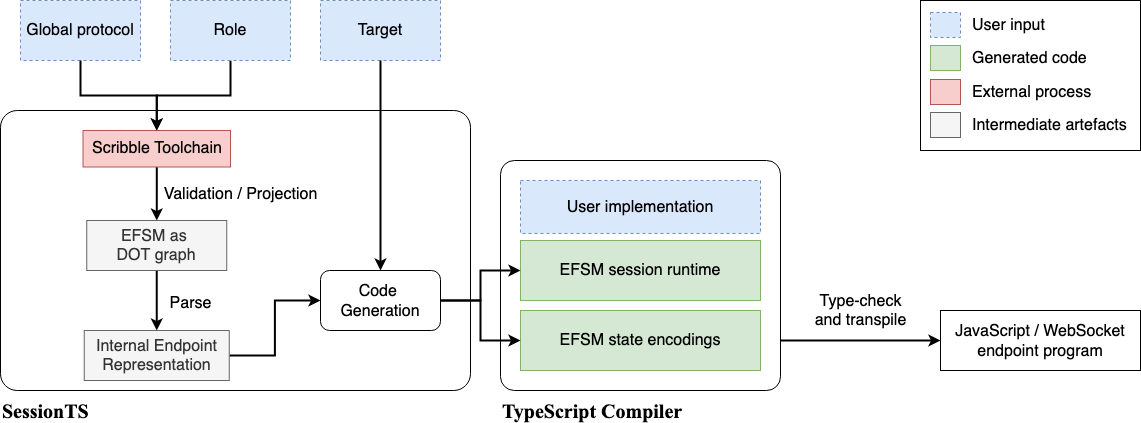
Above: report/figures/DevelopmentWorkflow.png in ansonmiu0214/imperial-meng-computing-thesis (draw.io), before the change. Source tidied: cells renumbered, new cells last; positions are measured from the earlier drawing's top-left corner, leaving out a move shared by most shapes. Its diagram source:
```xml
<mxGraphModel>
  <root>
    <mxCell id="0" />
    <mxCell id="1" parent="0" />
    <mxCell id="2" style="rounded=0;whiteSpace=wrap;html=1;glass=0;comic=0;strokeColor=#000000;fontFamily=Helvetica;fontSize=16;align=left;fontStyle=1;" parent="1" vertex="1">
      <mxGeometry x="920" width="220" height="150" as="geometry" />
    </mxCell>
    <mxCell id="3" value="Type-check&lt;br&gt;and transpile" style="edgeStyle=orthogonalEdgeStyle;rounded=0;jettySize=auto;html=1;entryX=0;entryY=0.5;entryDx=0;entryDy=0;strokeWidth=2;fontFamily=Helvetica;fontSize=16;align=center;" parent="1" edge="1" source="4" target="26">
      <mxGeometry y="30" relative="1" as="geometry">
        <Array as="points">
          <mxPoint x="830" y="340" />
          <mxPoint x="830" y="340" />
        </Array>
      </mxGeometry>
    </mxCell>
    <mxCell id="4" style="rounded=1;whiteSpace=wrap;html=1;glass=0;arcSize=6;" parent="1" vertex="1">
      <mxGeometry x="500" y="160" width="280" height="230" as="geometry" />
    </mxCell>
    <mxCell id="5" value="&lt;font style=&quot;font-size: 16px&quot;&gt;Global protocol&lt;/font&gt;" style="rounded=0;whiteSpace=wrap;html=1;fillColor=#dae8fc;strokeColor=#6c8ebf;dashed=1;" parent="1" vertex="1">
      <mxGeometry x="20" width="120" height="60" as="geometry" />
    </mxCell>
    <mxCell id="6" value="&lt;font style=&quot;font-size: 16px&quot;&gt;Target&lt;br&gt;&lt;/font&gt;" style="rounded=0;whiteSpace=wrap;html=1;fillColor=#dae8fc;strokeColor=#6c8ebf;dashed=1;" parent="1" vertex="1">
      <mxGeometry x="320" width="120" height="60" as="geometry" />
    </mxCell>
    <mxCell id="7" style="rounded=1;whiteSpace=wrap;html=1;glass=0;arcSize=6;" parent="1" vertex="1">
      <mxGeometry y="110" width="470" height="280" as="geometry" />
    </mxCell>
    <mxCell id="8" value="Validation / Projection" style="edgeStyle=orthogonalEdgeStyle;rounded=0;jettySize=auto;html=1;entryX=0.5;entryY=0;entryDx=0;entryDy=0;strokeWidth=2;fontSize=16;align=center;" parent="1" edge="1" source="9" target="11">
      <mxGeometry y="84" relative="1" as="geometry" />
    </mxCell>
    <mxCell id="9" value="Scribble Toolchain" style="rounded=0;whiteSpace=wrap;html=1;glass=0;fillColor=#f8cecc;strokeColor=#b85450;fontSize=16;" parent="1" vertex="1">
      <mxGeometry x="82.5" y="130" width="147.5" height="36.5" as="geometry" />
    </mxCell>
    <mxCell id="10" value="&lt;font style=&quot;font-size: 16px&quot; face=&quot;Helvetica&quot;&gt;Parse&lt;/font&gt;" style="edgeStyle=orthogonalEdgeStyle;rounded=0;jettySize=auto;html=1;exitX=0.5;exitY=1;exitDx=0;exitDy=0;entryX=0.5;entryY=0;entryDx=0;entryDy=0;strokeWidth=2;fontFamily=Times New Roman;fontSize=20;align=center;" parent="1" edge="1" source="11" target="16">
      <mxGeometry y="34" relative="1" as="geometry" />
    </mxCell>
    <mxCell id="11" value="EFSM as &lt;br&gt;DOT graph" style="rounded=0;whiteSpace=wrap;html=1;glass=0;comic=0;fontSize=16;fillColor=#f5f5f5;strokeColor=#666666;fontColor=#333333;" parent="1" vertex="1">
      <mxGeometry x="86.2" y="220" width="140" height="50" as="geometry" />
    </mxCell>
    <mxCell id="12" value="&lt;font style=&quot;font-size: 16px&quot;&gt;User implementation&lt;/font&gt;" style="rounded=0;whiteSpace=wrap;html=1;fillColor=#dae8fc;strokeColor=#6c8ebf;dashed=1;" parent="1" vertex="1">
      <mxGeometry x="520" y="180" width="240" height="53" as="geometry" />
    </mxCell>
    <mxCell id="13" value="&lt;font style=&quot;font-size: 16px&quot;&gt;EFSM state encodings&lt;/font&gt;" style="rounded=0;whiteSpace=wrap;html=1;glass=0;comic=0;fillColor=#d5e8d4;strokeColor=#82b366;" parent="1" vertex="1">
      <mxGeometry x="520" y="310" width="240" height="60" as="geometry" />
    </mxCell>
    <mxCell id="14" value="&lt;font style=&quot;font-size: 16px&quot;&gt;EFSM session runtime&lt;/font&gt;" style="rounded=0;whiteSpace=wrap;html=1;glass=0;comic=0;fillColor=#d5e8d4;strokeColor=#82b366;" parent="1" vertex="1">
      <mxGeometry x="520" y="240" width="240" height="60" as="geometry" />
    </mxCell>
    <mxCell id="15" style="edgeStyle=orthogonalEdgeStyle;rounded=0;jettySize=auto;html=1;entryX=0;entryY=0.5;entryDx=0;entryDy=0;strokeWidth=2;fontFamily=Times New Roman;fontSize=16;align=center;" parent="1" edge="1" source="16" target="24">
      <mxGeometry relative="1" as="geometry" />
    </mxCell>
    <mxCell id="16" value="Internal Endpoint Representation" style="rounded=0;whiteSpace=wrap;html=1;glass=0;comic=0;fontSize=16;fillColor=#f5f5f5;strokeColor=#666666;fontColor=#333333;" parent="1" vertex="1">
      <mxGeometry x="83.8" y="330" width="145" height="50" as="geometry" />
    </mxCell>
    <mxCell id="17" style="edgeStyle=orthogonalEdgeStyle;rounded=0;jettySize=auto;html=1;entryX=0.5;entryY=0;entryDx=0;entryDy=0;strokeWidth=2;fontSize=16;" parent="1" edge="1" source="18" target="9">
      <mxGeometry relative="1" as="geometry" />
    </mxCell>
    <mxCell id="18" value="&lt;font style=&quot;font-size: 16px&quot;&gt;Role&lt;/font&gt;" style="rounded=0;whiteSpace=wrap;html=1;fillColor=#dae8fc;strokeColor=#6c8ebf;dashed=1;" parent="1" vertex="1">
      <mxGeometry x="170" width="120" height="60" as="geometry" />
    </mxCell>
    <mxCell id="19" style="edgeStyle=orthogonalEdgeStyle;rounded=0;jettySize=auto;html=1;strokeWidth=2;fontSize=16;" parent="1" edge="1" source="5" target="9">
      <mxGeometry relative="1" as="geometry" />
    </mxCell>
    <mxCell id="20" value="SessionTS" style="text;html=1;strokeColor=none;fillColor=none;align=left;verticalAlign=middle;whiteSpace=wrap;rounded=0;glass=0;comic=0;fontSize=20;fontFamily=Times New Roman;fontStyle=1;" parent="1" vertex="1">
      <mxGeometry y="400" width="40" height="20" as="geometry" />
    </mxCell>
    <mxCell id="21" value="TypeScript Compiler" style="text;html=1;strokeColor=none;fillColor=none;align=left;verticalAlign=middle;whiteSpace=wrap;rounded=0;glass=0;comic=0;fontSize=20;fontFamily=Times New Roman;fontStyle=1;" parent="1" vertex="1">
      <mxGeometry x="500" y="400" width="200" height="20" as="geometry" />
    </mxCell>
    <mxCell id="22" style="edgeStyle=orthogonalEdgeStyle;rounded=0;jettySize=auto;html=1;strokeWidth=2;fontFamily=Times New Roman;fontSize=16;align=center;" parent="1" edge="1" source="24" target="14">
      <mxGeometry relative="1" as="geometry" />
    </mxCell>
    <mxCell id="23" style="edgeStyle=orthogonalEdgeStyle;rounded=0;jettySize=auto;html=1;entryX=0;entryY=0.5;entryDx=0;entryDy=0;strokeWidth=2;fontFamily=Times New Roman;fontSize=16;align=center;" parent="1" edge="1" source="24" target="13">
      <mxGeometry relative="1" as="geometry" />
    </mxCell>
    <mxCell id="24" value="&lt;font face=&quot;Helvetica&quot;&gt;Code &lt;br&gt;Generation&lt;br&gt;&lt;/font&gt;" style="rounded=1;whiteSpace=wrap;html=1;glass=0;comic=0;strokeColor=#000000;fontFamily=Times New Roman;fontSize=16;align=center;" parent="1" vertex="1">
      <mxGeometry x="320" y="270" width="120" height="60" as="geometry" />
    </mxCell>
    <mxCell id="25" style="edgeStyle=orthogonalEdgeStyle;rounded=0;jettySize=auto;html=1;entryX=0.5;entryY=0;entryDx=0;entryDy=0;strokeWidth=2;fontFamily=Times New Roman;fontSize=16;align=center;" parent="1" edge="1" source="6" target="24">
      <mxGeometry relative="1" as="geometry" />
    </mxCell>
    <mxCell id="26" value="&lt;font face=&quot;Helvetica&quot;&gt;JavaScript / WebSocket endpoint program&lt;/font&gt;" style="rounded=0;whiteSpace=wrap;html=1;glass=0;comic=0;strokeColor=#000000;fontFamily=Times New Roman;fontSize=16;align=center;" parent="1" vertex="1">
      <mxGeometry x="940" y="310" width="200" height="60" as="geometry" />
    </mxCell>
    <mxCell id="27" style="rounded=0;whiteSpace=wrap;html=1;fillColor=#dae8fc;strokeColor=#6c8ebf;dashed=1;" parent="1" vertex="1">
      <mxGeometry x="930" y="12" width="30" height="25" as="geometry" />
    </mxCell>
    <mxCell id="28" style="rounded=0;whiteSpace=wrap;html=1;fillColor=#d5e8d4;strokeColor=#82b366;" parent="1" vertex="1">
      <mxGeometry x="930" y="45" width="30" height="25" as="geometry" />
    </mxCell>
    <mxCell id="29" style="rounded=0;whiteSpace=wrap;html=1;glass=0;fillColor=#f8cecc;strokeColor=#b85450;fontSize=16;" parent="1" vertex="1">
      <mxGeometry x="930" y="79" width="30" height="25" as="geometry" />
    </mxCell>
    <mxCell id="30" style="rounded=0;whiteSpace=wrap;html=1;glass=0;fillColor=#f5f5f5;strokeColor=#666666;fontSize=16;fontColor=#333333;" parent="1" vertex="1">
      <mxGeometry x="930" y="112" width="30" height="25" as="geometry" />
    </mxCell>
    <mxCell id="31" value="User input" style="text;html=1;strokeColor=none;fillColor=none;align=left;verticalAlign=middle;whiteSpace=wrap;rounded=0;glass=0;comic=0;fontFamily=Helvetica;fontSize=16;" parent="1" vertex="1">
      <mxGeometry x="970" y="12" width="130" height="25" as="geometry" />
    </mxCell>
    <mxCell id="32" value="Generated code" style="text;html=1;strokeColor=none;fillColor=none;align=left;verticalAlign=middle;whiteSpace=wrap;rounded=0;glass=0;comic=0;fontFamily=Helvetica;fontSize=16;" parent="1" vertex="1">
      <mxGeometry x="970" y="45" width="130" height="25" as="geometry" />
    </mxCell>
    <mxCell id="33" value="External process" style="text;html=1;strokeColor=none;fillColor=none;align=left;verticalAlign=middle;whiteSpace=wrap;rounded=0;glass=0;comic=0;fontFamily=Helvetica;fontSize=16;" parent="1" vertex="1">
      <mxGeometry x="970" y="79" width="130" height="25" as="geometry" />
    </mxCell>
    <mxCell id="34" value="Intermediate artefacts" style="text;html=1;strokeColor=none;fillColor=none;align=left;verticalAlign=middle;whiteSpace=wrap;rounded=0;glass=0;comic=0;fontFamily=Helvetica;fontSize=16;" parent="1" vertex="1">
      <mxGeometry x="970" y="112" width="160" height="25" as="geometry" />
    </mxCell>
  </root>
</mxGraphModel>
```
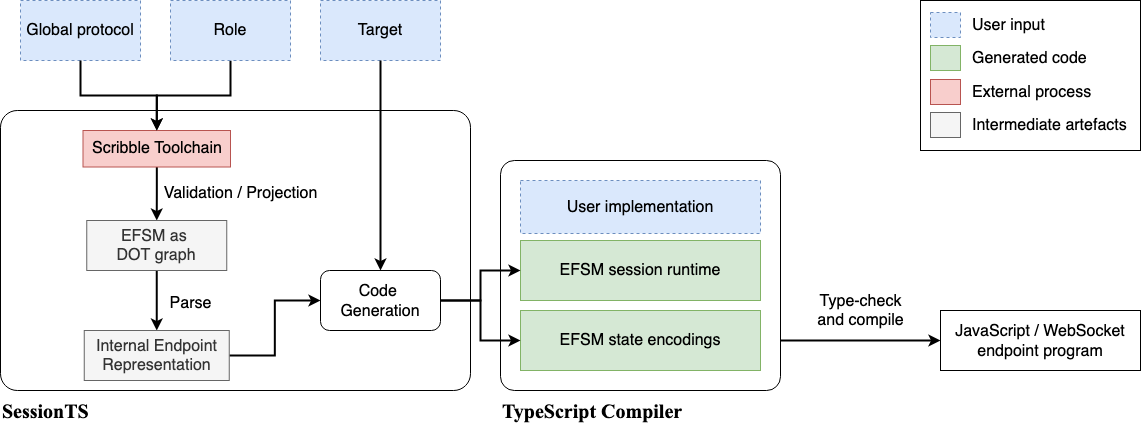
Above is the later version.

Diff of the diagram source:
```diff
@@ -5,7 +5,7 @@
     <mxCell id="2" style="rounded=0;whiteSpace=wrap;html=1;glass=0;comic=0;strokeColor=#000000;fontFamily=Helvetica;fontSize=16;align=left;fontStyle=1;" parent="1" vertex="1">
       <mxGeometry x="920" width="220" height="150" as="geometry" />
     </mxCell>
-    <mxCell id="3" value="Type-check&lt;br&gt;and transpile" style="edgeStyle=orthogonalEdgeStyle;rounded=0;jettySize=auto;html=1;entryX=0;entryY=0.5;entryDx=0;entryDy=0;strokeWidth=2;fontFamily=Helvetica;fontSize=16;align=center;" parent="1" edge="1" source="4" target="26">
+    <mxCell id="3" value="Type-check&lt;br&gt;and compile" style="edgeStyle=orthogonalEdgeStyle;rounded=0;jettySize=auto;html=1;entryX=0;entryY=0.5;entryDx=0;entryDy=0;strokeWidth=2;fontFamily=Helvetica;fontSize=16;align=center;" parent="1" edge="1" source="4" target="26">
       <mxGeometry y="30" relative="1" as="geometry">
         <Array as="points">
           <mxPoint x="830" y="340" />
```
